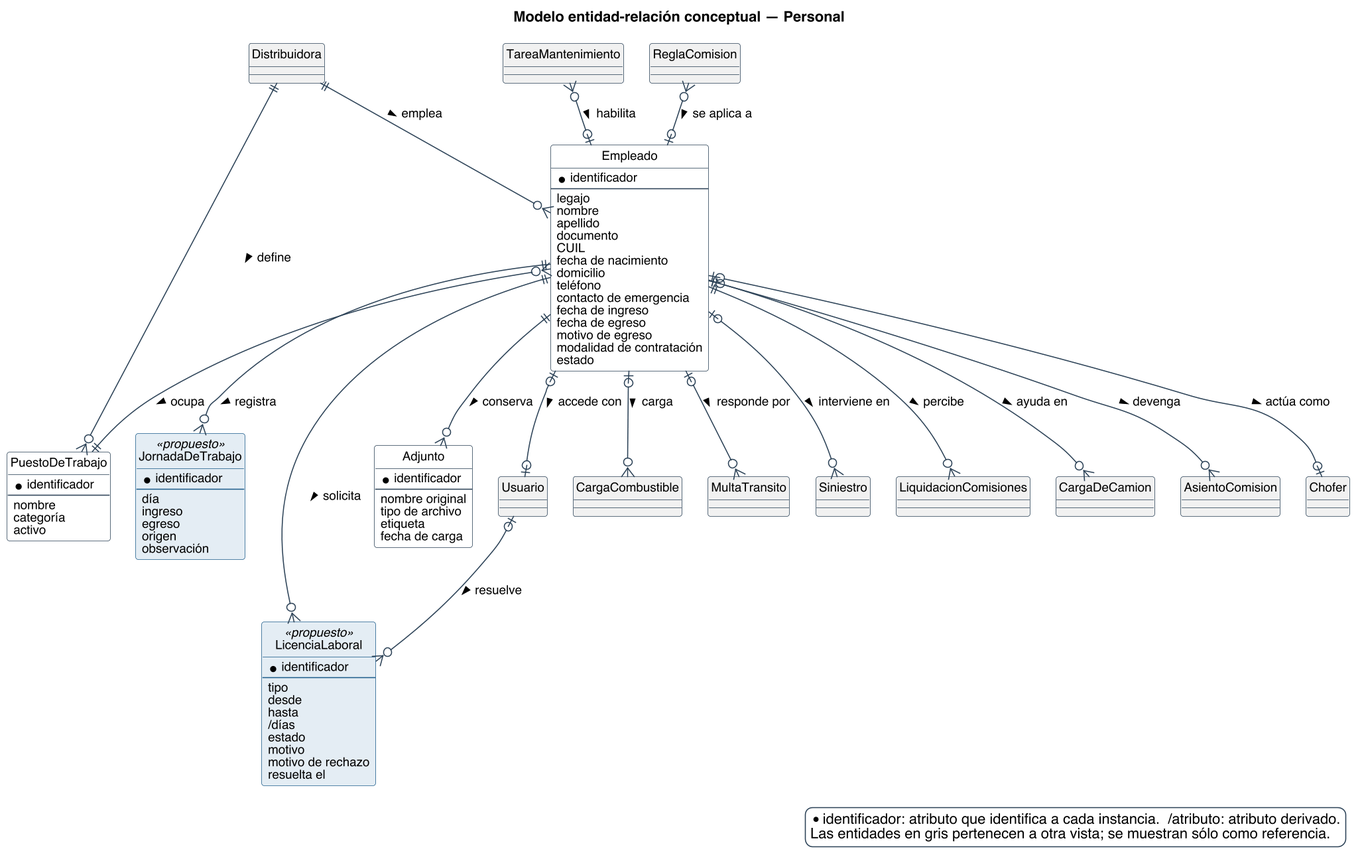
This is diagramas/base-de-datos/conceptual/SPLG-der-06-personal.png from Nahuelito-Dev/splg-docs, a PlantUML export, as it was before one commit.
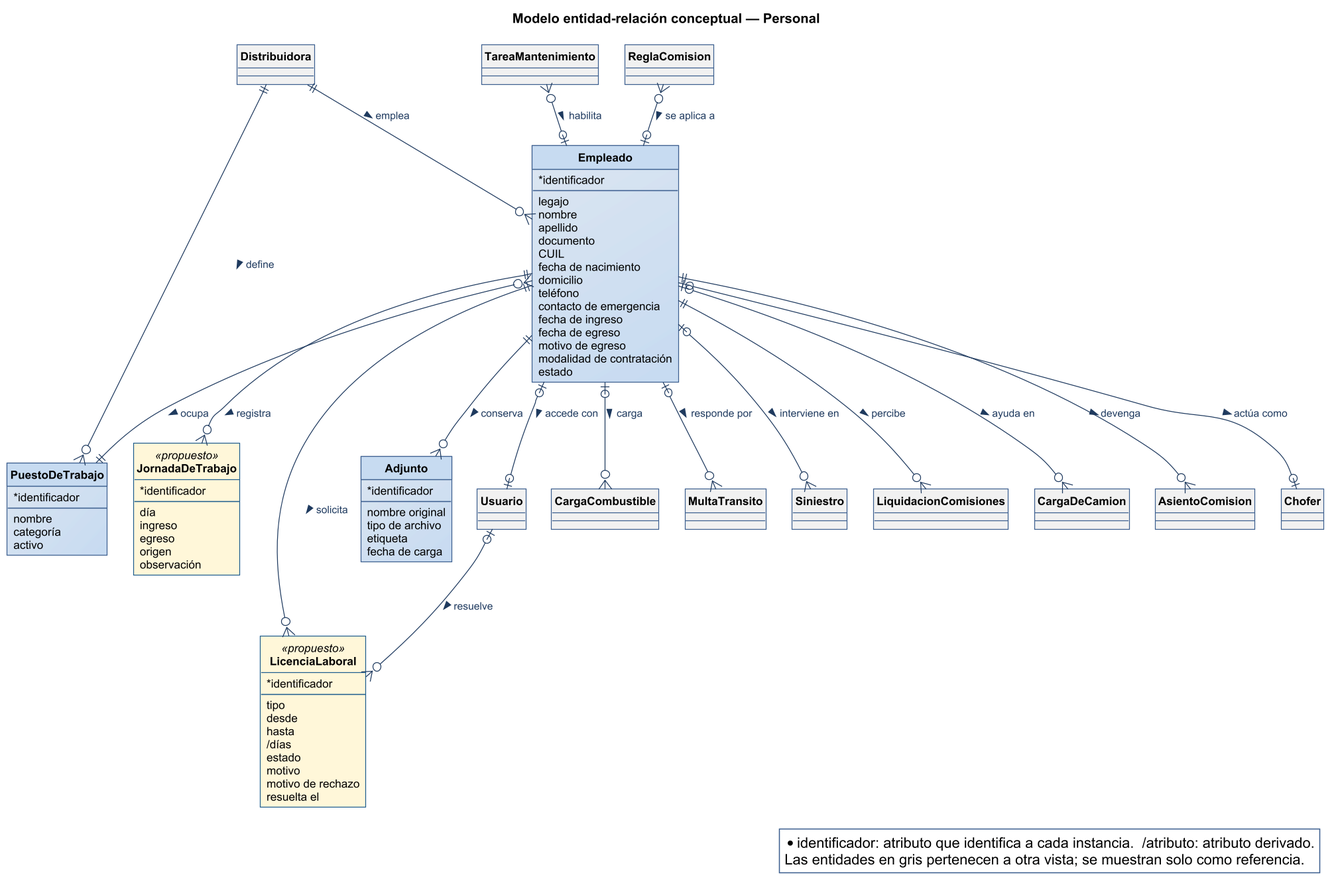
The same diagram one commit later.

The edit, as a diff of the source:
```diff
@@ -1,16 +1,6 @@
 @startuml
 title Modelo entidad-relación conceptual — Personal
-skinparam backgroundColor #FFFFFF
-skinparam shadowing false
-skinparam defaultFontName Helvetica
-skinparam defaultFontSize 12
-skinparam dpi 150
-skinparam class {
-  BorderColor #2C4257
-  BackgroundColor #FFFFFF
-  ArrowColor #2C4257
-  FontSize 12
-}
+!include ../../estilo-vp.iuml
 skinparam entity<<ajena>> {
   BackgroundColor #F1F1F1
   BorderColor #8A97A3
@@ -18,14 +8,12 @@
 }
 skinparam class<<propuesto>> {
   BorderColor #1F5E8C
-  BackgroundColor #E4EDF4
+  BackgroundColor #FFF6D9
 }
 skinparam entity<<propuesto>> {
   BorderColor #1F5E8C
-  BackgroundColor #E4EDF4
+  BackgroundColor #FFF6D9
 }
-skinparam legendBackgroundColor #FFFFFF
-skinparam legendBorderColor #2C4257
 
 hide circle
 
@@ -57,7 +45,7 @@
   {field} modalidad de contratación
   {field} estado
 }
-entity JornadaDeTrabajo <<propuesto>> #E4EDF4;line:1F5E8C {
+entity JornadaDeTrabajo <<propuesto>> #FFF6D9;line:1F5E8C {
   * identificador
   --
   {field} día
@@ -66,7 +54,7 @@
   {field} origen
   {field} observación
 }
-entity LicenciaLaboral <<propuesto>> #E4EDF4;line:1F5E8C {
+entity LicenciaLaboral <<propuesto>> #FFF6D9;line:1F5E8C {
   * identificador
   --
   {field} tipo
@@ -129,6 +117,6 @@
 
 legend bottom right
   * identificador: atributo que identifica a cada instancia.  /atributo: atributo derivado.
-  Las entidades en gris pertenecen a otra vista; se muestran sólo como referencia.
+  Las entidades en gris pertenecen a otra vista; se muestran solo como referencia.
 endlegend
 @enduml
```
